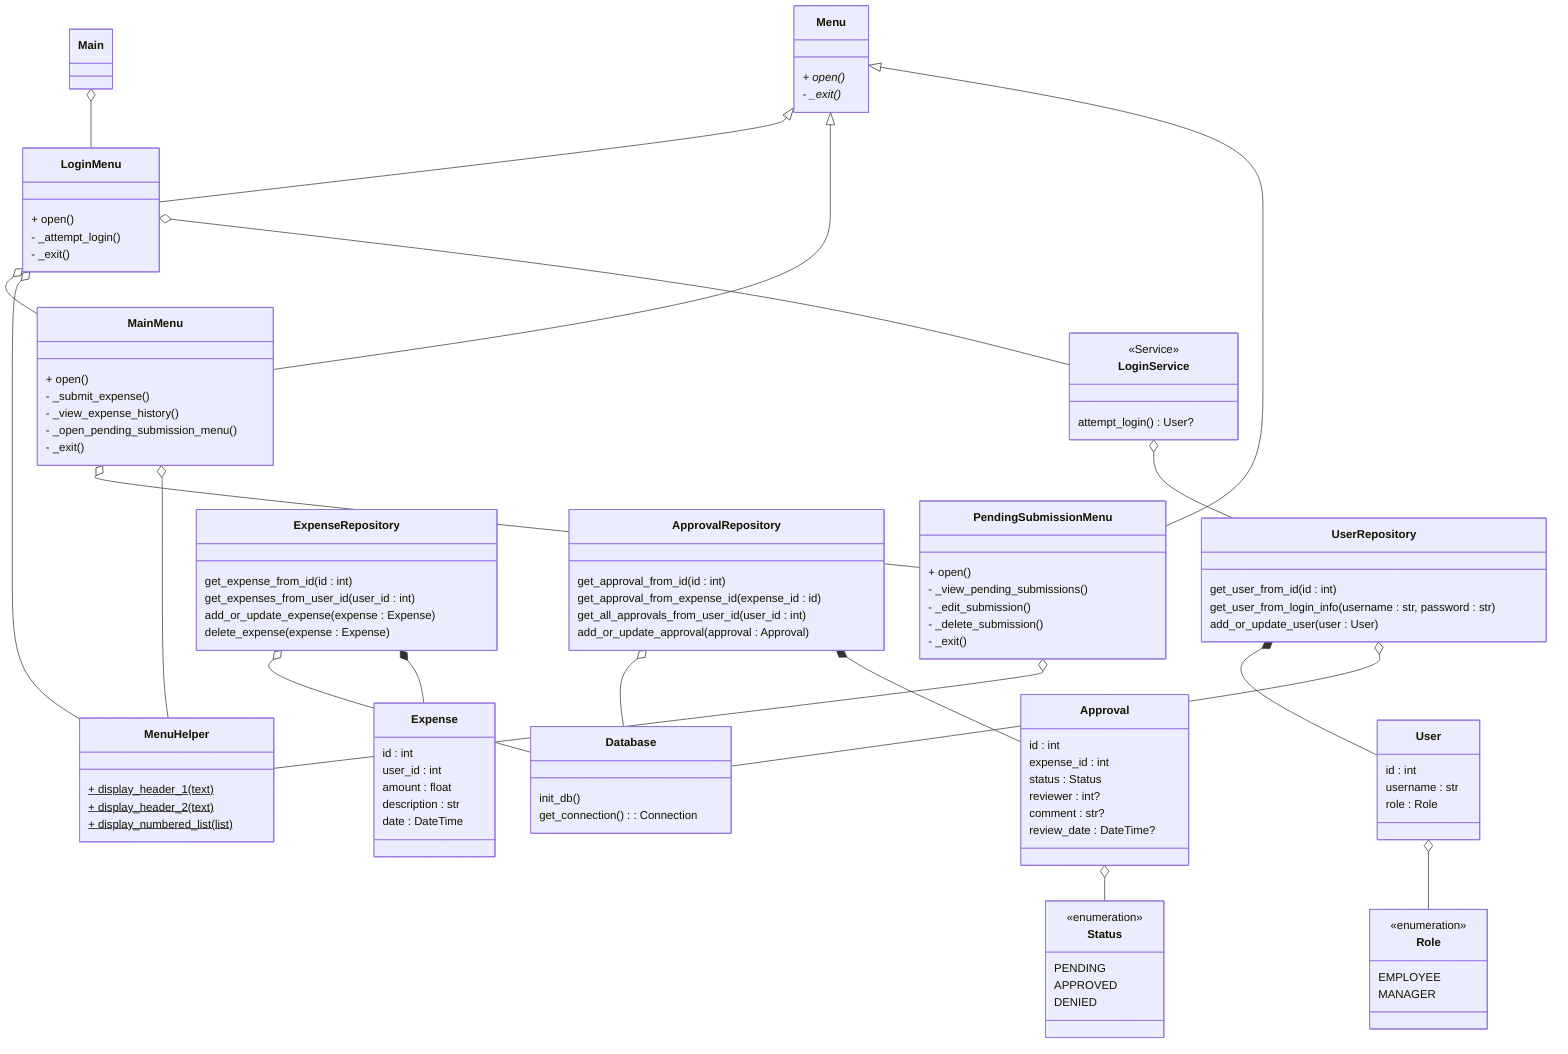
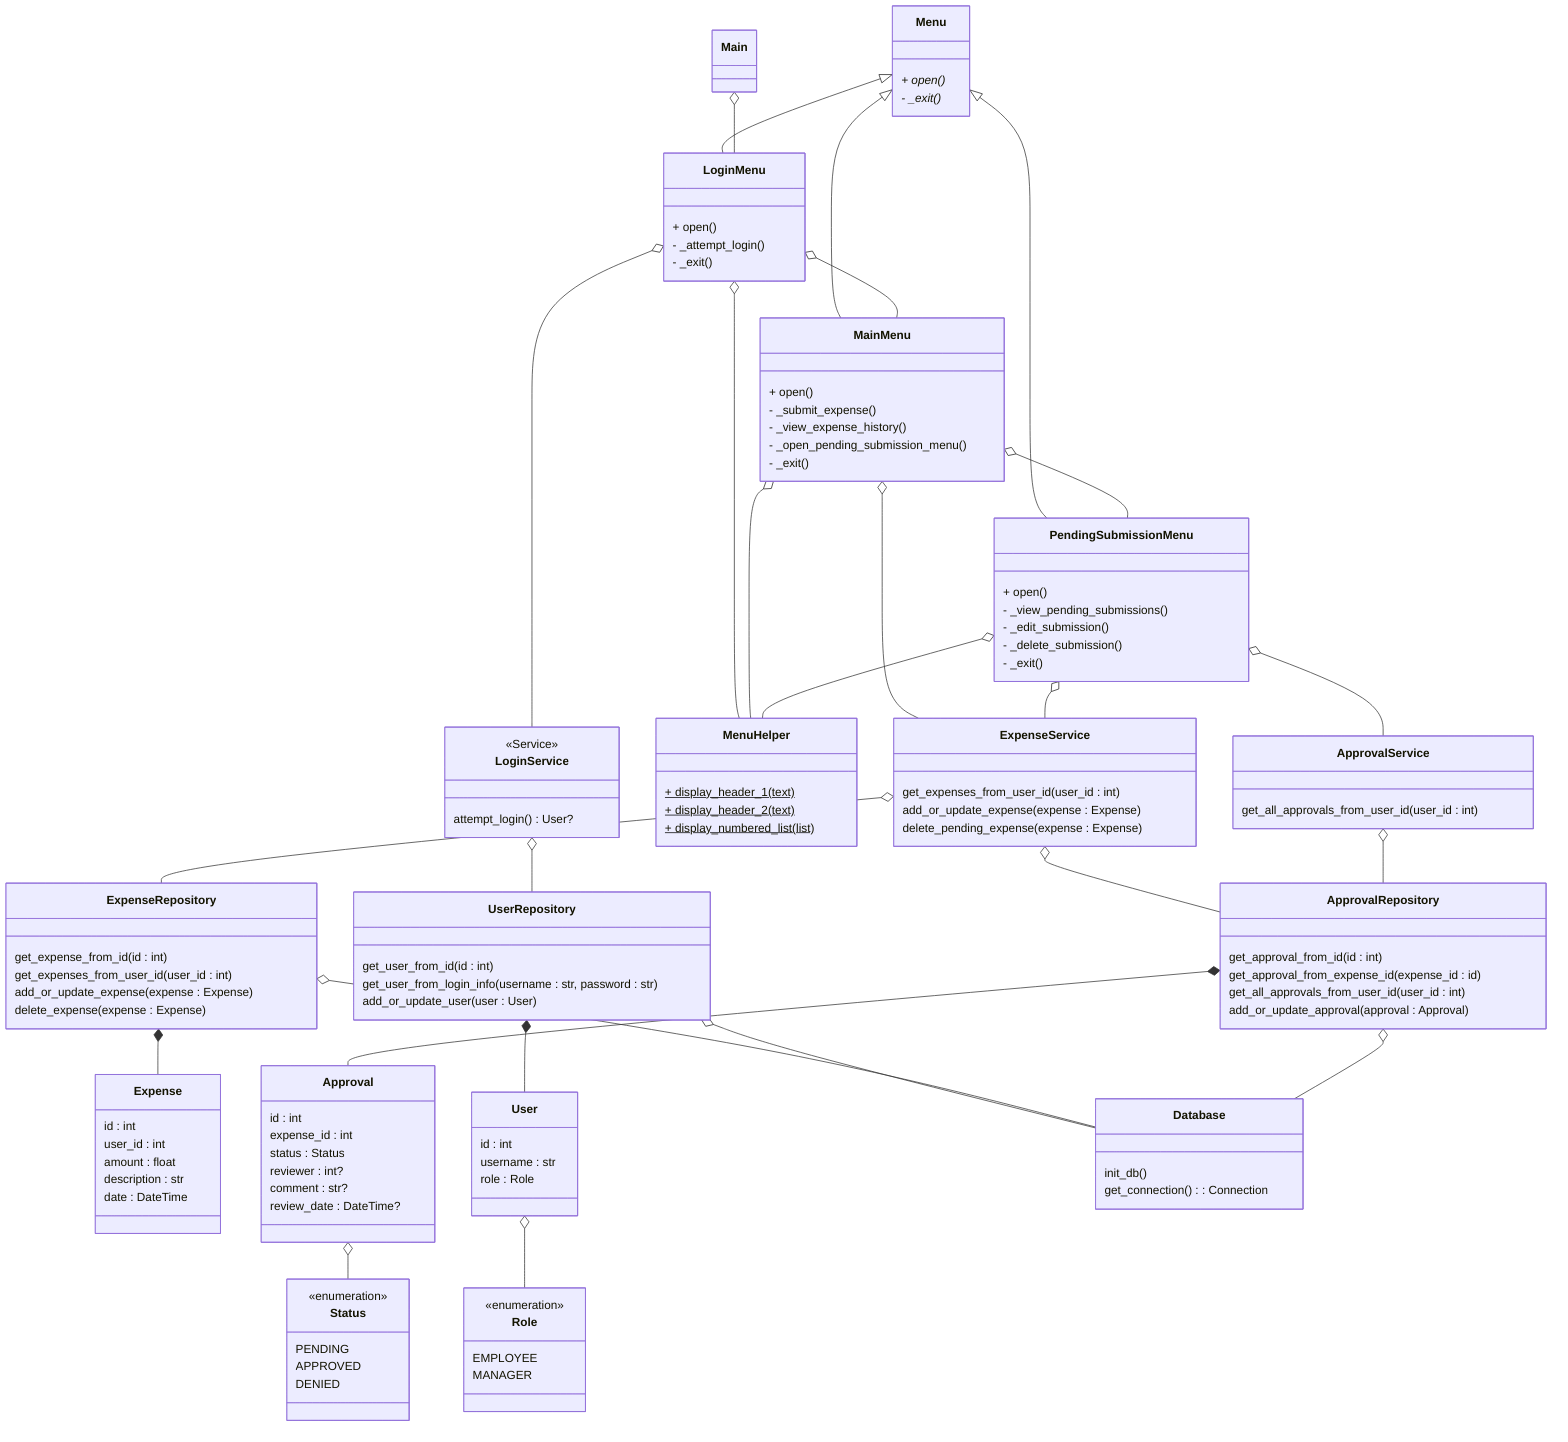
classDiagram
    class LoginService {
        <<Service>>
        attempt_login() User?
    }

    class Expense {
        id : int
        user_id : int
        amount : float
        description : str
        date : DateTime
    }

    class Approval {
        id : int
        expense_id : int
        status : Status
        reviewer : int?
        comment : str?
        review_date : DateTime?
    }

    class User {
        id : int
        username : str
        role : Role
    }

    class Role {
        <<enumeration>>
        EMPLOYEE
        MANAGER
    }

    class Status {
        <<enumeration>>
        PENDING
        APPROVED
        DENIED
    }

    class Menu {
        + open()*
        - _exit()*
    }

    class LoginMenu {
        + open()
        - _attempt_login()
        - _exit()
    }

    class MainMenu {
        + open()
        - _submit_expense()
        - _view_expense_history()
        - _open_pending_submission_menu()
        - _exit()
    }

    class PendingSubmissionMenu {
        + open()
        - _view_pending_submissions()
        - _edit_submission()
        - _delete_submission()
        - _exit()
    }

    class Main { }

    class MenuHelper {
        + display_header_1(text)$
        + display_header_2(text)$
        + display_numbered_list(list)$
    }

    class Database {
        init_db()
        get_connection() : Connection
    }

    class UserRepository {
        get_user_from_id(id : int)
        get_user_from_login_info(username : str, password : str)
        add_or_update_user(user : User)
    }

    class ExpenseRepository {
        get_expense_from_id(id : int)
        get_expenses_from_user_id(user_id : int)
        add_or_update_expense(expense : Expense)
        delete_expense(expense : Expense)
    }

    class ApprovalRepository {
        get_approval_from_id(id : int)
        get_approval_from_expense_id(expense_id : id)
        get_all_approvals_from_user_id(user_id : int)
        add_or_update_approval(approval : Approval)
    }

+     class ApprovalService {
+         get_all_approvals_from_user_id(user_id : int)
+     }
+ 
+     class ExpenseService {
+         get_expenses_from_user_id(user_id : int)
+         add_or_update_expense(expense : Expense)
+         delete_pending_expense(expense : Expense)
+     }
+ 


    Approval o-- Status
    User o-- Role

    Menu <|-- LoginMenu
    Menu <|-- MainMenu
    Menu <|-- PendingSubmissionMenu

    Main o-- LoginMenu
    LoginMenu o-- MainMenu
    MainMenu o-- PendingSubmissionMenu

    LoginMenu o-- MenuHelper
    MainMenu o-- MenuHelper
    PendingSubmissionMenu o-- MenuHelper

    LoginMenu o-- LoginService
+     MainMenu o-- ExpenseService
+     PendingSubmissionMenu o-- ExpenseService
+     PendingSubmissionMenu o-- ApprovalService
+ 
+     ExpenseService o-- ExpenseRepository
+     ExpenseService o-- ApprovalRepository
+     ApprovalService o-- ApprovalRepository

    UserRepository *-- User
    LoginService o-- UserRepository
    UserRepository o-- Database
    ExpenseRepository o-- Database
    ApprovalRepository o-- Database

    ExpenseRepository *-- Expense
    ApprovalRepository *-- Approval